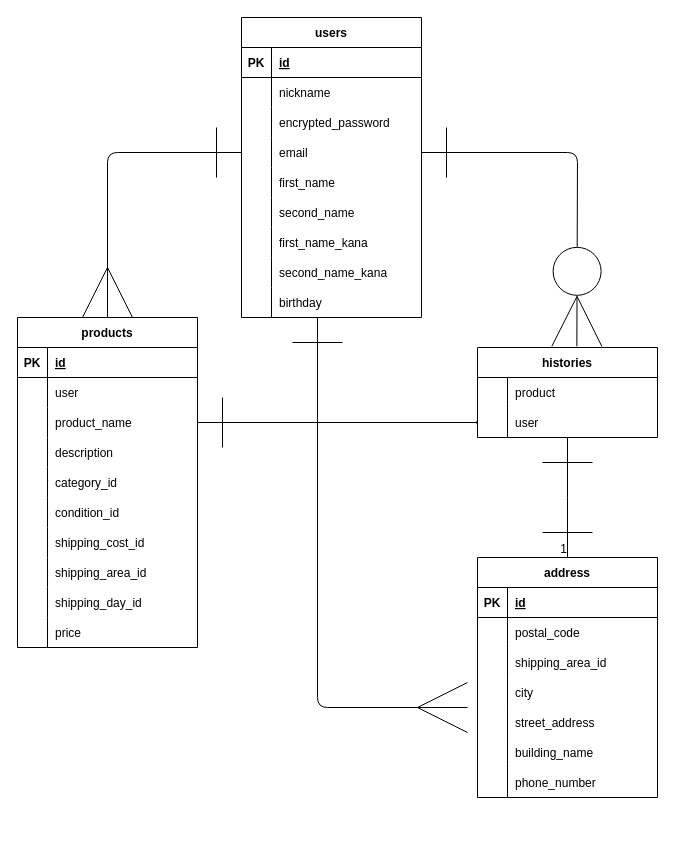
Above: test.dio in shimozumakento/furima-laiblitz-a (draw.io), before the change. Source tidied: cells renumbered, new cells numbered last; positions are measured from the earlier drawing's top-left corner, leaving out a move shared by most shapes. Both pictures are drawn from the tidied source at 100%, with x=0, y=0 at pixel (17, 17).
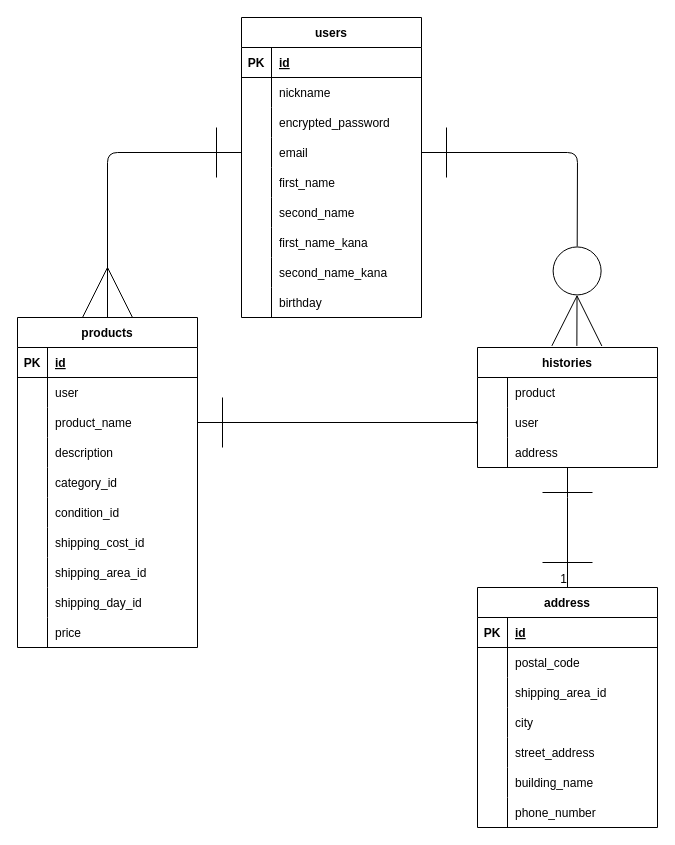
The same diagram, later.

Commit message (it also covers changes not shown here):
データベース設計　修正③

The edit, as a diff of the source:
```diff
@@
     <mxCell id="61" value="histories" style="shape=table;startSize=30;childLayout=tableLayout;rowLines=0;fontStyle=1;align=center;" parent="1" vertex="1">
-      <mxGeometry x="460" y="330" width="180" height="90" as="geometry" />
+      <mxGeometry x="460" y="330" width="180" height="120" as="geometry" />
     </mxCell>
@@
+    <mxCell id="96" style="shape=tableRow;horizontal=0;startSize=0;swimlaneHead=0;swimlaneBody=0;fillColor=none;top=0;left=0;right=0;bottom=0;" parent="61" vertex="1">
+      <mxGeometry y="90" width="180" height="30" as="geometry" />
+    </mxCell>
+    <mxCell id="97" style="shape=partialRectangle;fillColor=none;top=0;left=0;bottom=0;right=0;overflow=hidden;" parent="96" vertex="1">
+      <mxGeometry width="30" height="30" as="geometry" />
+    </mxCell>
+    <mxCell id="98" value="address" style="shape=partialRectangle;fillColor=none;top=0;left=0;bottom=0;right=0;align=left;spacingLeft=6;overflow=hidden;" parent="96" vertex="1">
+      <mxGeometry x="30" width="150" height="30" as="geometry" />
+    </mxCell>
@@
     <mxCell id="71" value="address" style="shape=table;startSize=30;childLayout=tableLayout;rowLines=0;fontStyle=1;align=center;" parent="1" vertex="1">
-      <mxGeometry x="460" y="540" width="180" height="240" as="geometry" />
+      <mxGeometry x="460" y="570" width="180" height="240" as="geometry" />
     </mxCell>
@@
     <mxCell id="93" style="endArrow=ERone;html=1;rounded=0;startSize=48;endSize=48;entryX=0.5;entryY=0;entryDx=0;entryDy=0;startArrow=ERone;startFill=0;endFill=0;" parent="1" edge="1" target="71">
       <mxGeometry relative="1" as="geometry">
-        <mxPoint x="550" y="420" as="sourcePoint" />
+        <mxPoint x="550" y="450" as="sourcePoint" />
         <Array as="points">
           <mxPoint x="550" y="480" />
         </Array>
       </mxGeometry>
     </mxCell>
@@
-    <mxCell id="95" style="endArrow=ERmany;html=1;startSize=48;endSize=48;startArrow=ERone;startFill=0;endFill=0;" parent="1" edge="1">
-      <mxGeometry relative="1" as="geometry">
-        <mxPoint x="300" y="300" as="sourcePoint" />
-        <mxPoint x="450" y="690" as="targetPoint" />
-        <Array as="points">
-          <mxPoint x="300" y="690" />
-        </Array>
-      </mxGeometry>
-    </mxCell>
```
